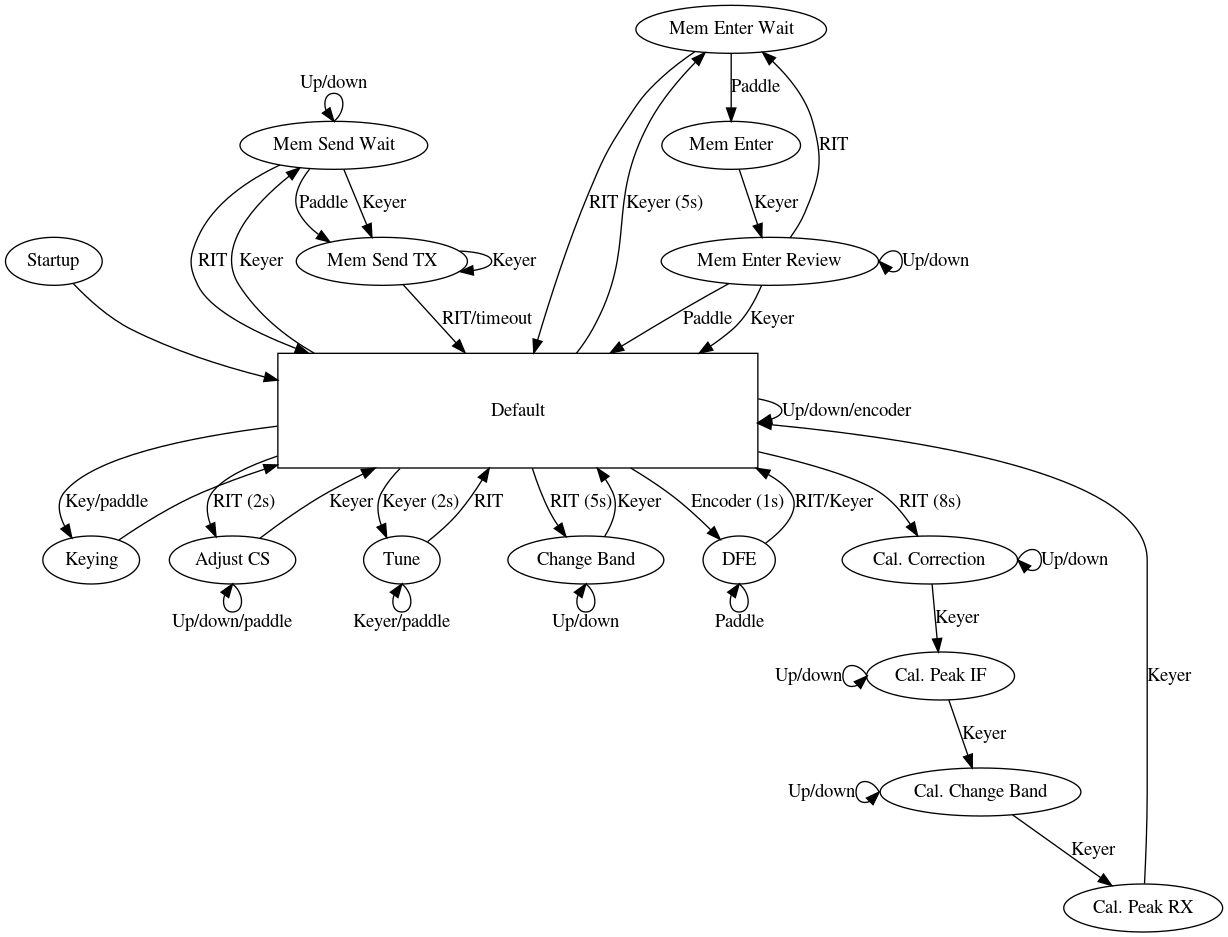
Before: README/states.png, a diagram exported from Graphviz (camilstaps/ATSAMF-source). Its source is kept beside it as README/states.dot.
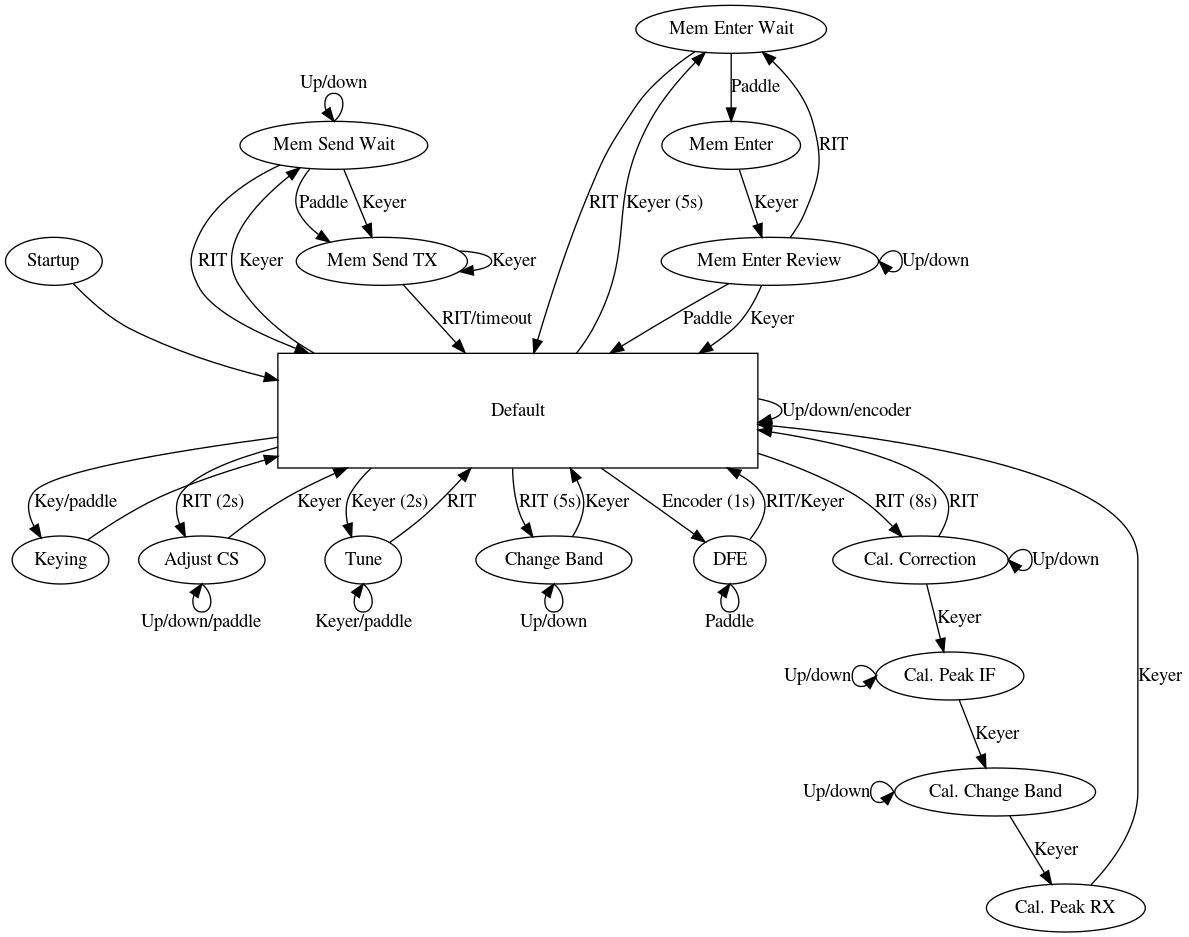
After the commit.

Commit message:
Update state diagram

Diff of the diagram source:
```diff
@@ -57,6 +57,7 @@
 	mem_enter_review -> default [label="Keyer"];
 
 	default -> cal_correction [label="RIT (8s)"];
+	cal_correction -> default [label="RIT"];
 	cal_correction:e -> cal_correction:e [label="Up/down"];
 	cal_correction -> cal_peak_if [label="Keyer"];
 	cal_peak_if:w -> cal_peak_if:w [label="Up/down"];
```
